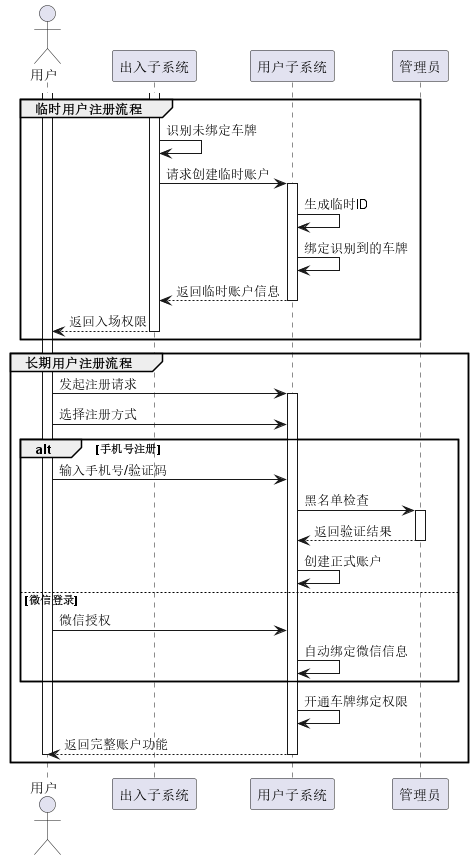
heichiii/srs_result keeps this PlantUML diagram as uml/活动图时序图/用户注册图/用户注册时序图.png. Above is the earlier version.
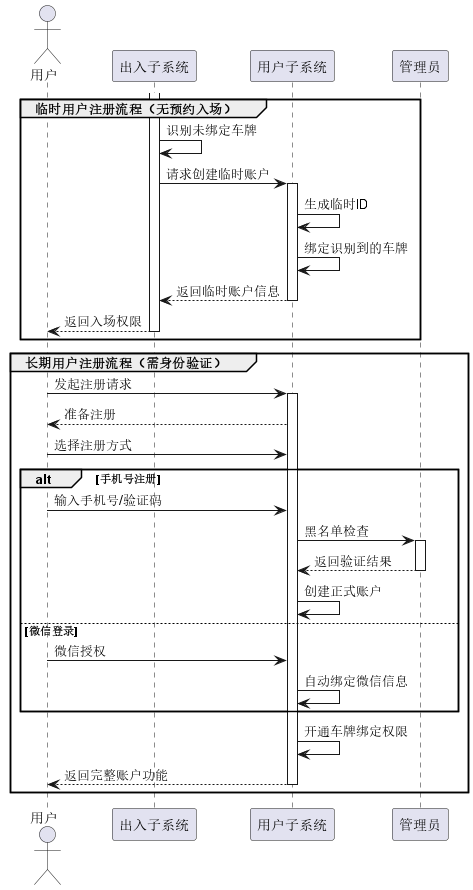
After the commit.

Change to the diagram source:
```diff
@@ -4,7 +4,7 @@
 participant "用户子系统" as 用户系统
 participant "管理员" as 管理员
 
-group 临时用户注册流程
+group 临时用户注册流程（无预约入场）
   activate 出入系统
   出入系统 -> 出入系统: 识别未绑定车牌
   出入系统 -> 用户系统: 请求创建临时账户
@@ -17,10 +17,10 @@
   deactivate 出入系统
 end
 
-group 长期用户注册流程
-  activate 用户
+group 长期用户注册流程（需身份验证）
   用户 -> 用户系统: 发起注册请求
   activate 用户系统
+  用户系统 --> 用户: 准备注册
   用户 -> 用户系统: 选择注册方式
 
     alt 手机号注册
@@ -37,6 +37,5 @@
     用户系统 -> 用户系统: 开通车牌绑定权限
     用户系统 --> 用户: 返回完整账户功能
   deactivate 用户系统
-  deactivate 用户
 end
 @enduml
```
